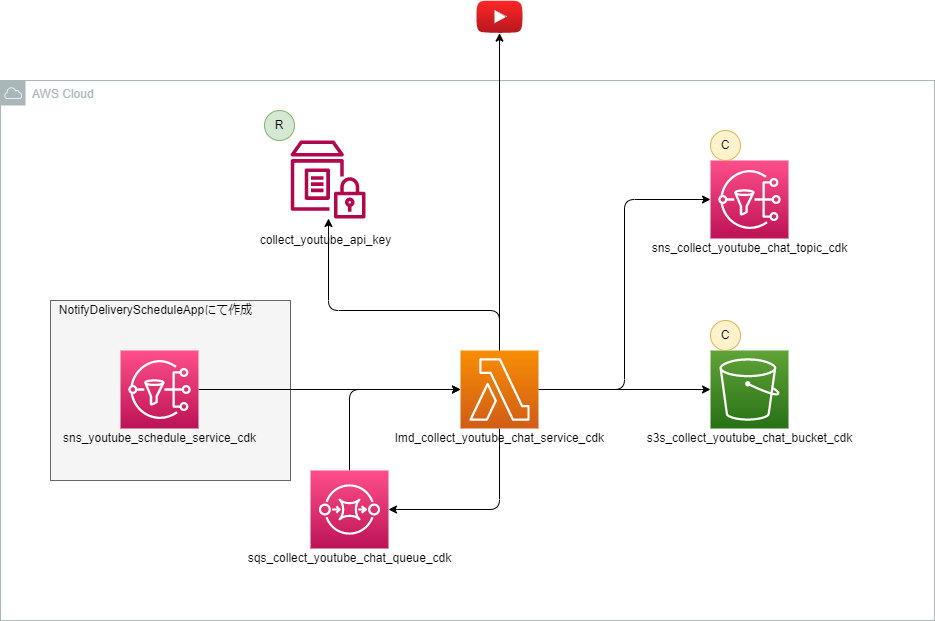
Above: doc/architecture.png in tsuji-tomonori/CollectYouTubeChatApp (draw.io), before the change. Source tidied: cells renumbered, new cells last; positions are measured from the earlier drawing's top-left corner, leaving out a move shared by most shapes.
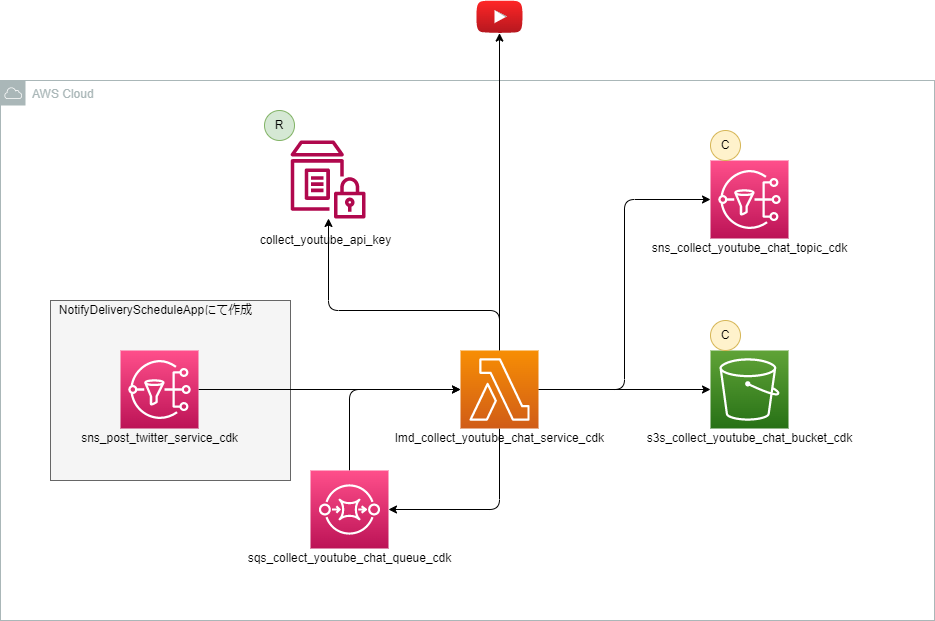
The same diagram one commit later.

Diff of the diagram source:
```diff
@@ -54,8 +54,8 @@
     <mxCell id="14" style="sketch=0;points=[[0,0,0],[0.25,0,0],[0.5,0,0],[0.75,0,0],[1,0,0],[0,1,0],[0.25,1,0],[0.5,1,0],[0.75,1,0],[1,1,0],[0,0.25,0],[0,0.5,0],[0,0.75,0],[1,0.25,0],[1,0.5,0],[1,0.75,0]];outlineConnect=0;fontColor=#232F3E;gradientColor=#60A337;gradientDirection=north;fillColor=#277116;strokeColor=#ffffff;dashed=0;verticalLabelPosition=bottom;verticalAlign=top;align=center;html=1;fontSize=12;fontStyle=0;shape=mxgraph.aws4.resourceIcon;resIcon=mxgraph.aws4.s3;" parent="1" vertex="1">
       <mxGeometry x="710" y="350" width="78" height="78" as="geometry" />
     </mxCell>
-    <mxCell id="15" value="sns_youtube_schedule_service_cdk" style="text;html=1;align=center;verticalAlign=middle;strokeColor=none;fillColor=none;" parent="1" vertex="1">
-      <mxGeometry x="54" y="428" width="210" height="20" as="geometry" />
+    <mxCell id="15" value="sns_post_twitter_service_cdk" style="text;html=1;align=center;verticalAlign=middle;strokeColor=none;fillColor=none;" parent="1" vertex="1">
+      <mxGeometry x="74" y="428" width="170" height="20" as="geometry" />
     </mxCell>
     <mxCell id="16" value="lmd_collect_youtube_chat_service_cdk" style="text;html=1;align=center;verticalAlign=middle;strokeColor=none;fillColor=none;" parent="1" vertex="1">
       <mxGeometry x="389" y="428" width="220" height="20" as="geometry" />
```
